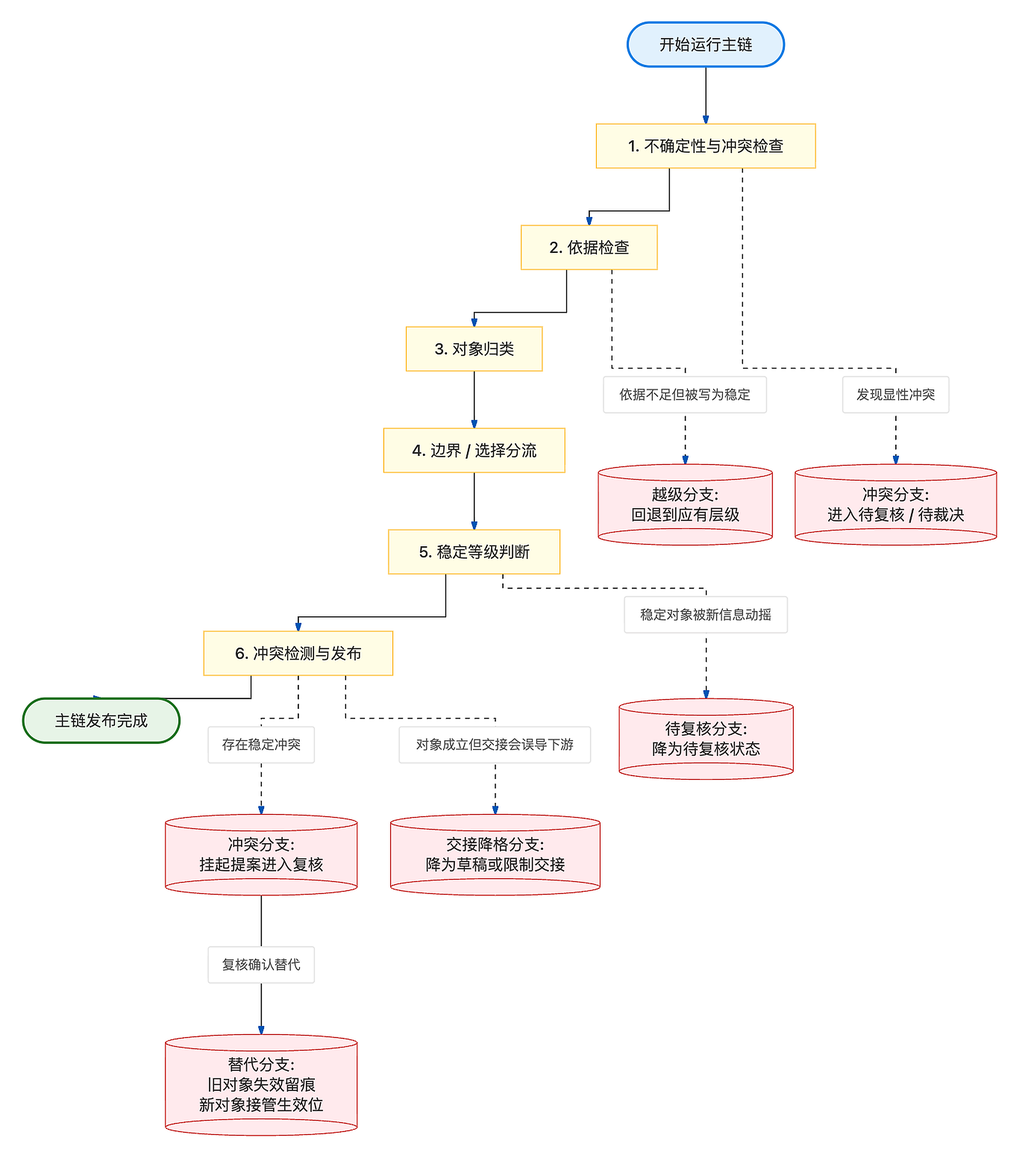
Before: docs/harness/L-lifecycle-orchestration/assets/01-runtime-baseline-main-chain.png, a diagram exported from Mermaid (easonlee05/evocanvas). Its source is kept beside it as docs/harness/L-lifecycle-orchestration/assets/01-runtime-baseline-main-chain.mermaid.
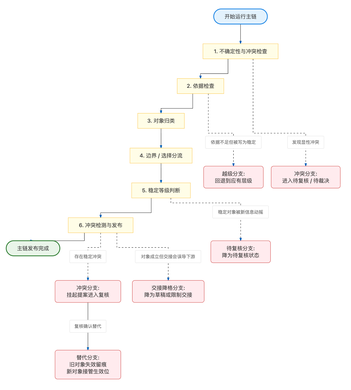
The same file after the commit.

The edit, as a diff of the source:
```diff
@@ -7,14 +7,12 @@
     S5 --> S6["6. 冲突检测与发布"]
     S6 --> End([主链发布完成])
 
-    S1 -.->|发现显性冲突| ExConflict1[("冲突分支:<br/>进入待复核 / 待裁决")]
-    S2 -.->|依据不足但被写为稳定| ExOverstep[("越级分支:<br/>回退到应有层级")]
-    S5 -.->|稳定对象被新信息动摇| ExReview[("待复核分支:<br/>降为待复核状态")]
-
-    S6 -.->|存在稳定冲突| ExConflict2[("冲突分支:<br/>挂起提案进入复核")]
-    ExConflict2 -->|复核确认替代| ExReplace[("替代分支:<br/>旧对象失效留痕<br/>新对象接管生效位")]
-
-    S6 -.->|对象成立但交接会误导下游| ExHandoffDowngrade[("交接降格分支:<br/>降为草稿或限制交接")]
+    S1 -.->|发现显性冲突| ExConflict1("冲突分支:<br/>进入待复核 / 待裁决")
+    S2 -.->|依据不足但被写为稳定| ExOverstep("越级分支:<br/>回退到应有层级")
+    S5 -.->|稳定对象被新信息动摇| ExReview("待复核分支:<br/>降为待复核状态")
+    S6 -.->|存在稳定冲突| ExConflict2("冲突分支:<br/>挂起提案进入复核")
+    ExConflict2 -->|复核确认替代| ExReplace("替代分支:<br/>旧对象失效留痕<br/>新对象接管生效位")
+    S6 -.->|对象成立但交接会误导下游| ExHandoffDowngrade("交接降格分支:<br/>降为草稿或限制交接")
 
     style Start fill:#e3f2fd,stroke:#1e88e5,stroke-width:2px
     style End fill:#e8f5e9,stroke:#2e7d32,stroke-width:2px
```
